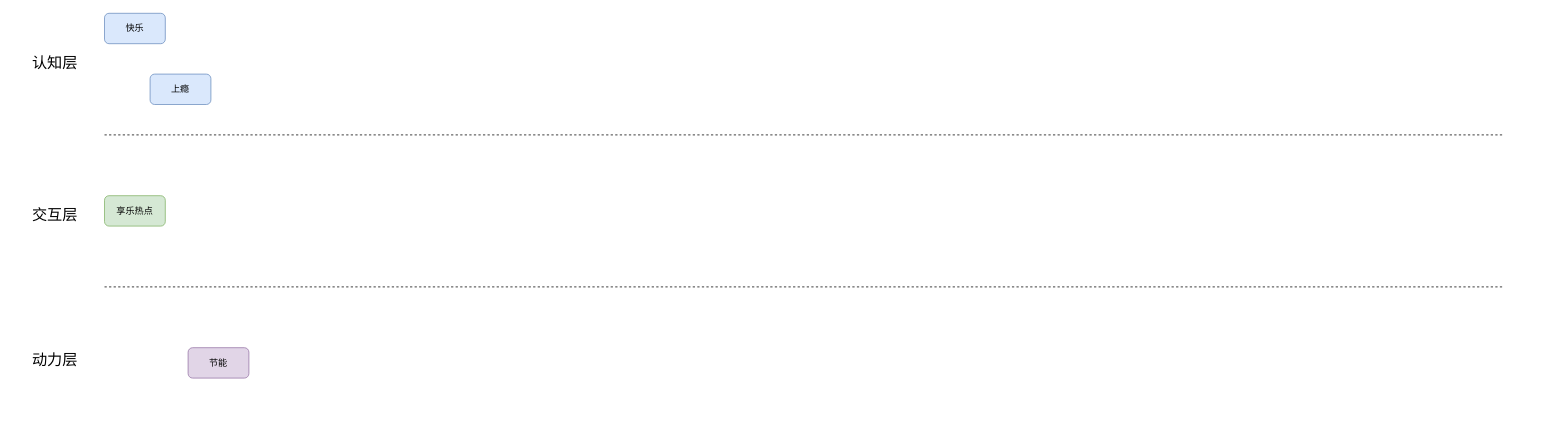
This is 行动-认知三层模型.drawio from youyusan/open_mind, a draw.io file, before an edit. Source tidied: cells renumbered, new cells numbered last; positions are measured from the earlier drawing's top-left corner, leaving out a move shared by most shapes. Both pictures are drawn from the tidied source at 76%, with x=0, y=0 at pixel (13, 13).
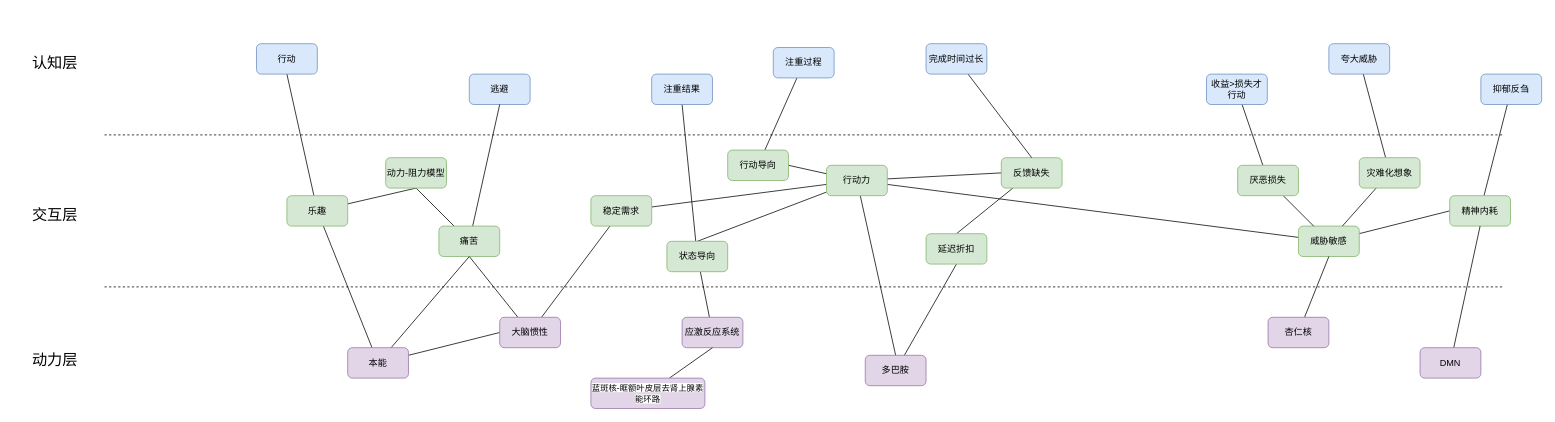
After the change.

Commit message (it also covers changes not shown here):
更新行动-认知三层模型.drawio

The edit, as a diff of the source:
```diff
@@
+    <mxCell id="11" style="rounded=0;jettySize=auto;html=1;endArrow=none;endFill=0;" parent="1" edge="1" source="5" target="6">
+      <mxGeometry relative="1" as="geometry" />
+    </mxCell>
+    <mxCell id="12" style="edgeStyle=none;rounded=0;jettySize=auto;html=1;entryX=0.5;entryY=1;entryDx=0;entryDy=0;strokeColor=default;align=center;verticalAlign=middle;fontFamily=Helvetica;fontSize=11;fontColor=default;labelBackgroundColor=default;endArrow=none;endFill=0;" parent="1" edge="1" source="5" target="18">
+      <mxGeometry relative="1" as="geometry" />
+    </mxCell>
+    <mxCell id="13" style="edgeStyle=none;rounded=0;jettySize=auto;html=1;entryX=0;entryY=0.5;entryDx=0;entryDy=0;strokeColor=default;align=center;verticalAlign=middle;fontFamily=Helvetica;fontSize=11;fontColor=default;labelBackgroundColor=default;endArrow=none;endFill=0;" parent="1" edge="1" source="5" target="21">
+      <mxGeometry relative="1" as="geometry" />
+    </mxCell>
-    <mxCell id="5" value="节能" style="rounded=1;whiteSpace=wrap;html=1;fillColor=#e1d5e7;strokeColor=#9673a6;" parent="1" vertex="1">
-      <mxGeometry x="230" y="440" width="80" height="40" as="geometry" />
+    <mxCell id="5" value="本能" style="rounded=1;whiteSpace=wrap;html=1;fillColor=#e1d5e7;strokeColor=#9673a6;" parent="1" vertex="1">
+      <mxGeometry x="440" y="440" width="80" height="40" as="geometry" />
     </mxCell>
+    <mxCell id="14" style="edgeStyle=none;rounded=0;jettySize=auto;html=1;entryX=0.5;entryY=1;entryDx=0;entryDy=0;strokeColor=default;align=center;verticalAlign=middle;fontFamily=Helvetica;fontSize=11;fontColor=default;labelBackgroundColor=default;endArrow=none;endFill=0;" parent="1" edge="1" source="6" target="8">
+      <mxGeometry relative="1" as="geometry" />
+    </mxCell>
+    <mxCell id="15" style="edgeStyle=none;rounded=0;jettySize=auto;html=1;entryX=0.5;entryY=1;entryDx=0;entryDy=0;strokeColor=default;align=center;verticalAlign=middle;fontFamily=Helvetica;fontSize=11;fontColor=default;labelBackgroundColor=default;endArrow=none;endFill=0;" parent="1" edge="1" source="6" target="22">
+      <mxGeometry relative="1" as="geometry" />
+    </mxCell>
-    <mxCell id="6" value="享乐热点" style="rounded=1;whiteSpace=wrap;html=1;fillColor=#d5e8d4;strokeColor=#82b366;" parent="1" vertex="1">
-      <mxGeometry x="120" y="240" width="80" height="40" as="geometry" />
+    <mxCell id="6" value="乐趣" style="rounded=1;whiteSpace=wrap;html=1;fillColor=#d5e8d4;strokeColor=#82b366;" parent="1" vertex="1">
+      <mxGeometry x="360" y="240" width="80" height="40" as="geometry" />
     </mxCell>
-    <mxCell id="7" value="快乐" style="rounded=1;whiteSpace=wrap;html=1;fillColor=#dae8fc;strokeColor=#6c8ebf;" parent="1" vertex="1">
-      <mxGeometry x="120" width="80" height="40" as="geometry" />
+    <mxCell id="7" value="逃避" style="rounded=1;whiteSpace=wrap;html=1;fillColor=#dae8fc;strokeColor=#6c8ebf;" parent="1" vertex="1">
+      <mxGeometry x="600" y="80" width="80" height="40" as="geometry" />
     </mxCell>
-    <mxCell id="8" value="上瘾" style="rounded=1;whiteSpace=wrap;html=1;fillColor=#dae8fc;strokeColor=#6c8ebf;" parent="1" vertex="1">
-      <mxGeometry x="180" y="80" width="80" height="40" as="geometry" />
+    <mxCell id="8" value="行动" style="rounded=1;whiteSpace=wrap;html=1;fillColor=#dae8fc;strokeColor=#6c8ebf;" parent="1" vertex="1">
+      <mxGeometry x="320" y="40" width="80" height="40" as="geometry" />
     </mxCell>
@@
+    <mxCell id="16" style="edgeStyle=none;rounded=0;jettySize=auto;html=1;entryX=0.5;entryY=1;entryDx=0;entryDy=0;strokeColor=default;align=center;verticalAlign=middle;fontFamily=Helvetica;fontSize=11;fontColor=default;labelBackgroundColor=default;endArrow=none;endFill=0;" parent="1" edge="1" source="18" target="7">
+      <mxGeometry relative="1" as="geometry" />
+    </mxCell>
+    <mxCell id="17" style="edgeStyle=none;rounded=0;jettySize=auto;html=1;entryX=0.5;entryY=1;entryDx=0;entryDy=0;strokeColor=default;align=center;verticalAlign=middle;fontFamily=Helvetica;fontSize=11;fontColor=default;labelBackgroundColor=default;endArrow=none;endFill=0;" parent="1" edge="1" source="18" target="22">
+      <mxGeometry relative="1" as="geometry" />
+    </mxCell>
+    <mxCell id="18" value="痛苦" style="rounded=1;whiteSpace=wrap;html=1;fillColor=#d5e8d4;strokeColor=#82b366;" parent="1" vertex="1">
+      <mxGeometry x="560" y="280" width="80" height="40" as="geometry" />
+    </mxCell>
+    <mxCell id="19" style="edgeStyle=none;rounded=0;jettySize=auto;html=1;entryX=0.5;entryY=1;entryDx=0;entryDy=0;strokeColor=default;align=center;verticalAlign=middle;fontFamily=Helvetica;fontSize=11;fontColor=default;labelBackgroundColor=default;endArrow=none;endFill=0;" parent="1" edge="1" source="21" target="18">
+      <mxGeometry relative="1" as="geometry" />
+    </mxCell>
+    <mxCell id="20" style="edgeStyle=none;rounded=0;jettySize=auto;html=1;strokeColor=default;align=center;verticalAlign=middle;fontFamily=Helvetica;fontSize=11;fontColor=default;labelBackgroundColor=default;endArrow=none;endFill=0;" parent="1" edge="1" source="21" target="34">
+      <mxGeometry relative="1" as="geometry" />
+    </mxCell>
+    <mxCell id="21" value="大脑惯性" style="rounded=1;whiteSpace=wrap;html=1;fillColor=#e1d5e7;strokeColor=#9673a6;" parent="1" vertex="1">
+      <mxGeometry x="640" y="400" width="80" height="40" as="geometry" />
+    </mxCell>
+    <mxCell id="22" value="动力-阻力模型" style="rounded=1;whiteSpace=wrap;html=1;fillColor=#d5e8d4;strokeColor=#82b366;" parent="1" vertex="1">
+      <mxGeometry x="490" y="190" width="80" height="40" as="geometry" />
+    </mxCell>
+    <mxCell id="23" style="edgeStyle=none;rounded=0;jettySize=auto;html=1;entryX=0.5;entryY=0;entryDx=0;entryDy=0;strokeColor=default;align=center;verticalAlign=middle;fontFamily=Helvetica;fontSize=11;fontColor=default;labelBackgroundColor=default;endArrow=none;endFill=0;" parent="1" edge="1" source="29" target="31">
+      <mxGeometry relative="1" as="geometry" />
+    </mxCell>
+    <mxCell id="24" style="edgeStyle=none;rounded=0;jettySize=auto;html=1;strokeColor=default;align=center;verticalAlign=middle;fontFamily=Helvetica;fontSize=11;fontColor=default;labelBackgroundColor=default;endArrow=none;endFill=0;" parent="1" edge="1" source="29" target="34">
+      <mxGeometry relative="1" as="geometry" />
+    </mxCell>
+    <mxCell id="25" style="edgeStyle=none;rounded=0;jettySize=auto;html=1;strokeColor=default;align=center;verticalAlign=middle;fontFamily=Helvetica;fontSize=11;fontColor=default;labelBackgroundColor=default;endArrow=none;endFill=0;" parent="1" edge="1" source="29" target="33">
+      <mxGeometry relative="1" as="geometry" />
+    </mxCell>
+    <mxCell id="26" style="edgeStyle=none;rounded=0;jettySize=auto;html=1;entryX=0;entryY=0.5;entryDx=0;entryDy=0;strokeColor=default;align=center;verticalAlign=middle;fontFamily=Helvetica;fontSize=11;fontColor=default;labelBackgroundColor=default;endArrow=none;endFill=0;" parent="1" edge="1" source="29" target="51">
+      <mxGeometry relative="1" as="geometry" />
+    </mxCell>
+    <mxCell id="27" style="edgeStyle=none;rounded=0;jettySize=auto;html=1;entryX=0.5;entryY=0;entryDx=0;entryDy=0;strokeColor=default;align=center;verticalAlign=middle;fontFamily=Helvetica;fontSize=11;fontColor=default;labelBackgroundColor=default;endArrow=none;endFill=0;" parent="1" edge="1" source="29" target="57">
+      <mxGeometry relative="1" as="geometry" />
+    </mxCell>
+    <mxCell id="28" style="edgeStyle=none;rounded=0;jettySize=auto;html=1;entryX=1;entryY=0.5;entryDx=0;entryDy=0;strokeColor=default;align=center;verticalAlign=middle;fontFamily=Helvetica;fontSize=11;fontColor=default;labelBackgroundColor=default;endArrow=none;endFill=0;" parent="1" edge="1" source="29" target="60">
+      <mxGeometry relative="1" as="geometry" />
+    </mxCell>
+    <mxCell id="29" value="行动力" style="rounded=1;whiteSpace=wrap;html=1;fillColor=#d5e8d4;strokeColor=#82b366;" parent="1" vertex="1">
+      <mxGeometry x="1070" y="200" width="80" height="40" as="geometry" />
+    </mxCell>
+    <mxCell id="30" style="edgeStyle=none;rounded=0;jettySize=auto;html=1;entryX=0.5;entryY=1;entryDx=0;entryDy=0;strokeColor=default;align=center;verticalAlign=middle;fontFamily=Helvetica;fontSize=11;fontColor=default;labelBackgroundColor=default;endArrow=none;endFill=0;" parent="1" edge="1" source="31" target="54">
+      <mxGeometry relative="1" as="geometry" />
+    </mxCell>
+    <mxCell id="31" value="多巴胺" style="rounded=1;whiteSpace=wrap;html=1;fillColor=#e1d5e7;strokeColor=#9673a6;" parent="1" vertex="1">
+      <mxGeometry x="1121" y="450" width="80" height="40" as="geometry" />
+    </mxCell>
+    <mxCell id="32" style="edgeStyle=none;rounded=0;jettySize=auto;html=1;entryX=0;entryY=0.5;entryDx=0;entryDy=0;strokeColor=default;align=center;verticalAlign=middle;fontFamily=Helvetica;fontSize=11;fontColor=default;labelBackgroundColor=default;endArrow=none;endFill=0;" parent="1" edge="1" source="33" target="46">
+      <mxGeometry relative="1" as="geometry" />
+    </mxCell>
+    <mxCell id="33" value="威胁敏感" style="rounded=1;whiteSpace=wrap;html=1;fillColor=#d5e8d4;strokeColor=#82b366;" parent="1" vertex="1">
+      <mxGeometry x="1691" y="280" width="80" height="40" as="geometry" />
+    </mxCell>
+    <mxCell id="34" value="稳定需求" style="rounded=1;whiteSpace=wrap;html=1;fillColor=#d5e8d4;strokeColor=#82b366;" parent="1" vertex="1">
+      <mxGeometry x="760" y="240" width="80" height="40" as="geometry" />
+    </mxCell>
+    <mxCell id="35" style="edgeStyle=none;rounded=0;jettySize=auto;html=1;entryX=0.5;entryY=1;entryDx=0;entryDy=0;strokeColor=default;align=center;verticalAlign=middle;fontFamily=Helvetica;fontSize=11;fontColor=default;labelBackgroundColor=default;endArrow=none;endFill=0;" parent="1" edge="1" source="36" target="33">
+      <mxGeometry relative="1" as="geometry" />
+    </mxCell>
+    <mxCell id="36" value="杏仁核" style="rounded=1;whiteSpace=wrap;html=1;fillColor=#e1d5e7;strokeColor=#9673a6;" parent="1" vertex="1">
+      <mxGeometry x="1651" y="400" width="80" height="40" as="geometry" />
+    </mxCell>
+    <mxCell id="37" style="edgeStyle=none;rounded=0;jettySize=auto;html=1;strokeColor=default;align=center;verticalAlign=middle;fontFamily=Helvetica;fontSize=11;fontColor=default;labelBackgroundColor=default;endArrow=none;endFill=0;" parent="1" edge="1" source="39" target="33">
+      <mxGeometry relative="1" as="geometry" />
+    </mxCell>
+    <mxCell id="38" style="edgeStyle=none;rounded=0;jettySize=auto;html=1;strokeColor=default;align=center;verticalAlign=middle;fontFamily=Helvetica;fontSize=11;fontColor=default;labelBackgroundColor=default;endArrow=none;endFill=0;" parent="1" edge="1" source="39" target="40">
+      <mxGeometry relative="1" as="geometry" />
+    </mxCell>
+    <mxCell id="39" value="厌恶损失" style="rounded=1;whiteSpace=wrap;html=1;fillColor=#d5e8d4;strokeColor=#82b366;" parent="1" vertex="1">
+      <mxGeometry x="1611" y="200" width="80" height="40" as="geometry" />
+    </mxCell>
+    <mxCell id="40" value="收益&amp;gt;损失才行动" style="rounded=1;whiteSpace=wrap;html=1;fillColor=#dae8fc;strokeColor=#6c8ebf;" parent="1" vertex="1">
+      <mxGeometry x="1570" y="80" width="80" height="40" as="geometry" />
+    </mxCell>
+    <mxCell id="41" style="edgeStyle=none;rounded=0;jettySize=auto;html=1;strokeColor=default;align=center;verticalAlign=middle;fontFamily=Helvetica;fontSize=11;fontColor=default;labelBackgroundColor=default;endArrow=none;endFill=0;" parent="1" edge="1" source="43" target="44">
+      <mxGeometry relative="1" as="geometry" />
+    </mxCell>
+    <mxCell id="42" style="edgeStyle=none;rounded=0;jettySize=auto;html=1;strokeColor=default;align=center;verticalAlign=middle;fontFamily=Helvetica;fontSize=11;fontColor=default;labelBackgroundColor=default;endArrow=none;endFill=0;" parent="1" edge="1" source="43" target="33">
+      <mxGeometry relative="1" as="geometry" />
+    </mxCell>
+    <mxCell id="43" value="灾难化想象" style="rounded=1;whiteSpace=wrap;html=1;fillColor=#d5e8d4;strokeColor=#82b366;" parent="1" vertex="1">
+      <mxGeometry x="1771" y="190" width="80" height="40" as="geometry" />
+    </mxCell>
+    <mxCell id="44" value="夸大威胁" style="rounded=1;whiteSpace=wrap;html=1;fillColor=#dae8fc;strokeColor=#6c8ebf;" parent="1" vertex="1">
+      <mxGeometry x="1731" y="40" width="80" height="40" as="geometry" />
+    </mxCell>
+    <mxCell id="45" style="edgeStyle=none;rounded=0;jettySize=auto;html=1;strokeColor=default;align=center;verticalAlign=middle;fontFamily=Helvetica;fontSize=11;fontColor=default;labelBackgroundColor=default;endArrow=none;endFill=0;" parent="1" edge="1" source="46" target="49">
+      <mxGeometry relative="1" as="geometry" />
+    </mxCell>
+    <mxCell id="46" value="精神内耗" style="rounded=1;whiteSpace=wrap;html=1;fillColor=#d5e8d4;strokeColor=#82b366;" parent="1" vertex="1">
+      <mxGeometry x="1890" y="240" width="80" height="40" as="geometry" />
+    </mxCell>
+    <mxCell id="47" style="edgeStyle=none;rounded=0;jettySize=auto;html=1;entryX=0.5;entryY=1;entryDx=0;entryDy=0;strokeColor=default;align=center;verticalAlign=middle;fontFamily=Helvetica;fontSize=11;fontColor=default;labelBackgroundColor=default;endArrow=none;endFill=0;" parent="1" edge="1" source="48" target="46">
+      <mxGeometry relative="1" as="geometry" />
+    </mxCell>
+    <mxCell id="48" value="DMN" style="rounded=1;whiteSpace=wrap;html=1;fillColor=#e1d5e7;strokeColor=#9673a6;" parent="1" vertex="1">
+      <mxGeometry x="1851" y="440" width="80" height="40" as="geometry" />
+    </mxCell>
+    <mxCell id="49" value="抑郁反刍" style="rounded=1;whiteSpace=wrap;html=1;fillColor=#dae8fc;strokeColor=#6c8ebf;" parent="1" vertex="1">
+      <mxGeometry x="1931" y="80" width="80" height="40" as="geometry" />
+    </mxCell>
+    <mxCell id="50" style="edgeStyle=none;rounded=0;jettySize=auto;html=1;entryX=0.5;entryY=0;entryDx=0;entryDy=0;strokeColor=default;align=center;verticalAlign=middle;fontFamily=Helvetica;fontSize=11;fontColor=default;labelBackgroundColor=default;endArrow=none;endFill=0;" parent="1" edge="1" source="51" target="54">
+      <mxGeometry relative="1" as="geometry" />
+    </mxCell>
+    <mxCell id="51" value="反馈缺失" style="rounded=1;whiteSpace=wrap;html=1;fillColor=#d5e8d4;strokeColor=#82b366;" parent="1" vertex="1">
+      <mxGeometry x="1300" y="190" width="80" height="40" as="geometry" />
+    </mxCell>
+    <mxCell id="52" style="edgeStyle=none;rounded=0;jettySize=auto;html=1;entryX=0.5;entryY=0;entryDx=0;entryDy=0;strokeColor=default;align=center;verticalAlign=middle;fontFamily=Helvetica;fontSize=11;fontColor=default;labelBackgroundColor=default;endArrow=none;endFill=0;" parent="1" edge="1" source="53" target="51">
+      <mxGeometry relative="1" as="geometry" />
+    </mxCell>
+    <mxCell id="53" value="完成时间过长" style="rounded=1;whiteSpace=wrap;html=1;fillColor=#dae8fc;strokeColor=#6c8ebf;" parent="1" vertex="1">
+      <mxGeometry x="1201" y="40" width="80" height="40" as="geometry" />
+    </mxCell>
+    <mxCell id="54" value="延迟折扣" style="rounded=1;whiteSpace=wrap;html=1;fillColor=#d5e8d4;strokeColor=#82b366;" parent="1" vertex="1">
+      <mxGeometry x="1201" y="290" width="80" height="40" as="geometry" />
+    </mxCell>
+    <mxCell id="55" style="edgeStyle=none;rounded=0;jettySize=auto;html=1;entryX=0.5;entryY=1;entryDx=0;entryDy=0;strokeColor=default;align=center;verticalAlign=middle;fontFamily=Helvetica;fontSize=11;fontColor=default;labelBackgroundColor=default;endArrow=none;endFill=0;" parent="1" edge="1" source="57" target="58">
+      <mxGeometry relative="1" as="geometry" />
+    </mxCell>
+    <mxCell id="56" style="edgeStyle=none;rounded=0;jettySize=auto;html=1;strokeColor=default;align=center;verticalAlign=middle;fontFamily=Helvetica;fontSize=11;fontColor=default;labelBackgroundColor=default;endArrow=none;endFill=0;" parent="1" edge="1" source="57" target="62">
+      <mxGeometry relative="1" as="geometry" />
+    </mxCell>
+    <mxCell id="57" value="状态导向" style="rounded=1;whiteSpace=wrap;html=1;fillColor=#d5e8d4;strokeColor=#82b366;" parent="1" vertex="1">
+      <mxGeometry x="860" y="300" width="80" height="40" as="geometry" />
+    </mxCell>
+    <mxCell id="58" value="注重结果" style="rounded=1;whiteSpace=wrap;html=1;fillColor=#dae8fc;strokeColor=#6c8ebf;" parent="1" vertex="1">
+      <mxGeometry x="840" y="80" width="80" height="40" as="geometry" />
+    </mxCell>
+    <mxCell id="59" style="edgeStyle=none;rounded=0;jettySize=auto;html=1;strokeColor=default;align=center;verticalAlign=middle;fontFamily=Helvetica;fontSize=11;fontColor=default;labelBackgroundColor=default;endArrow=none;endFill=0;" parent="1" edge="1" source="60" target="61">
+      <mxGeometry relative="1" as="geometry" />
+    </mxCell>
+    <mxCell id="60" value="行动导向" style="rounded=1;whiteSpace=wrap;html=1;fillColor=#d5e8d4;strokeColor=#82b366;" parent="1" vertex="1">
+      <mxGeometry x="940" y="180" width="80" height="40" as="geometry" />
+    </mxCell>
+    <mxCell id="61" value="注重过程" style="rounded=1;whiteSpace=wrap;html=1;fillColor=#dae8fc;strokeColor=#6c8ebf;" parent="1" vertex="1">
+      <mxGeometry x="1000" y="45" width="80" height="40" as="geometry" />
+    </mxCell>
+    <mxCell id="62" value="应激反应系统" style="rounded=1;whiteSpace=wrap;html=1;fillColor=#e1d5e7;strokeColor=#9673a6;" parent="1" vertex="1">
+      <mxGeometry x="880" y="400" width="80" height="40" as="geometry" />
+    </mxCell>
+    <mxCell id="63" style="edgeStyle=none;rounded=0;jettySize=auto;html=1;entryX=0.5;entryY=1;entryDx=0;entryDy=0;strokeColor=default;align=center;verticalAlign=middle;fontFamily=Helvetica;fontSize=11;fontColor=default;labelBackgroundColor=default;endArrow=none;endFill=0;" parent="1" edge="1" source="64" target="62">
+      <mxGeometry relative="1" as="geometry" />
+    </mxCell>
+    <mxCell id="64" value="&lt;span style=&quot;font-size: 11px; text-align: left; background-color: rgb(255, 255, 255);&quot;&gt;蓝斑核-眶额叶皮层去肾上腺素能环路&lt;/span&gt;" style="rounded=1;whiteSpace=wrap;html=1;fillColor=#e1d5e7;strokeColor=#9673a6;" parent="1" vertex="1">
+      <mxGeometry x="760" y="480" width="150" height="40" as="geometry" />
+    </mxCell>
```
